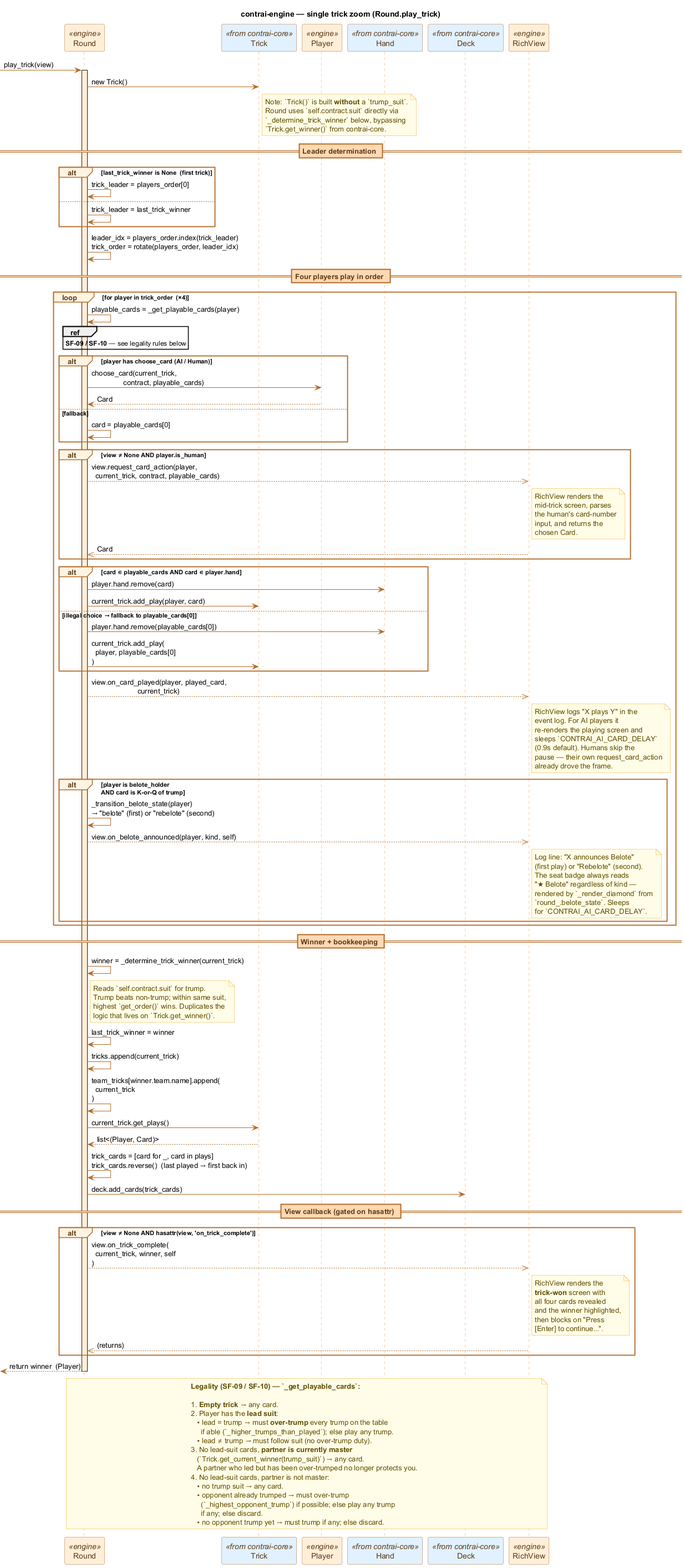
valmathieu/ContrAI keeps this PlantUML diagram as docs/diagrams/seq_trick.png. Above is the earlier version.
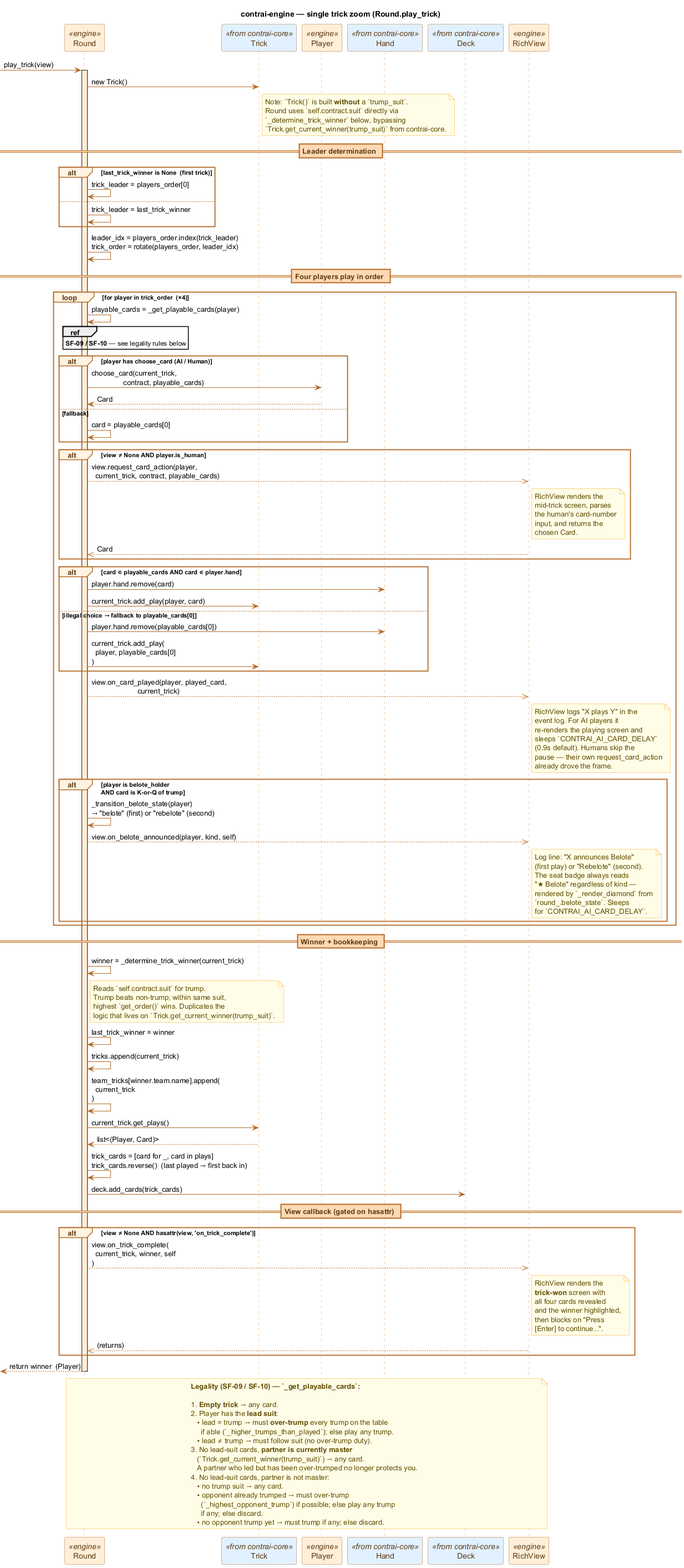
After the commit.

Commit message:
refactor(core): drop unused Trick.size/get_winner/is_empty

Diff of the diagram source:
```diff
@@ -42,7 +42,7 @@
   Note: `Trick()` is built **without** a `trump_suit`.
   Round uses `self.contract.suit` directly via
   `_determine_trick_winner` below, bypassing
-  `Trick.get_winner()` from contrai-core.
+  `Trick.get_current_winner(trump_suit)` from contrai-core.
 end note
 
 == Leader determination ==
@@ -124,7 +124,7 @@
   Reads `self.contract.suit` for trump.
   Trump beats non-trump; within same suit,
   highest `get_order()` wins. Duplicates the
-  logic that lives on `Trick.get_winner()`.
+  logic that lives on `Trick.get_current_winner(trump_suit)`.
 end note
 
 R -> R : last_trick_winner = winner
```
